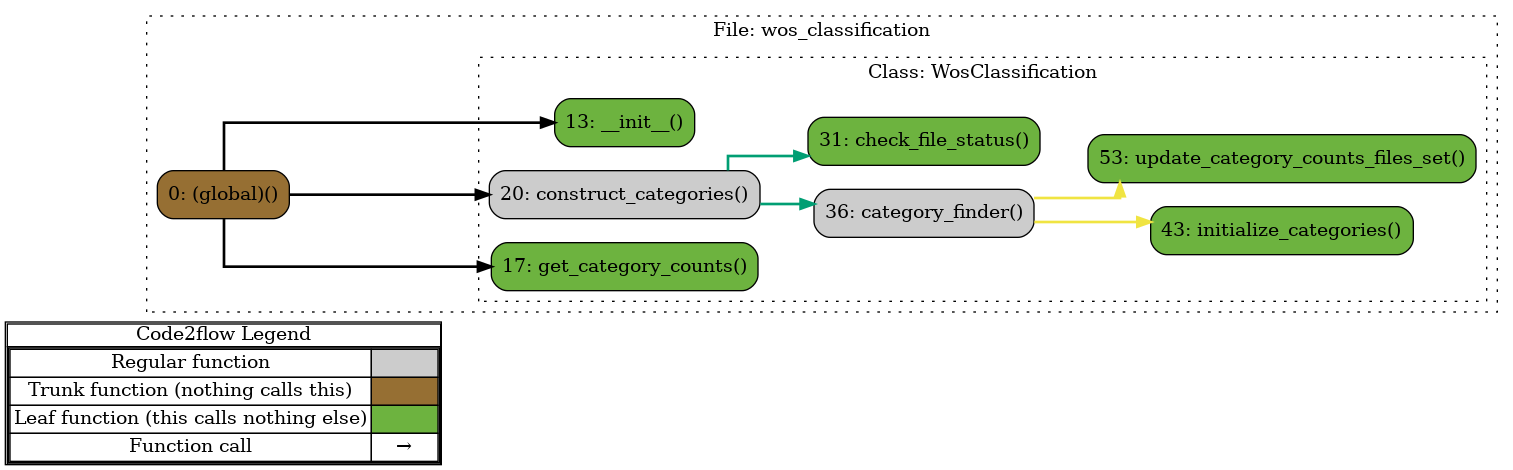
cbarbes1/Rommel-Center-Research keeps this Graphviz diagram as PythonCode/Utilities/wos_classification.png. Above is the earlier version. Its source is kept beside it as PythonCode/Utilities/wos_classification.gv.
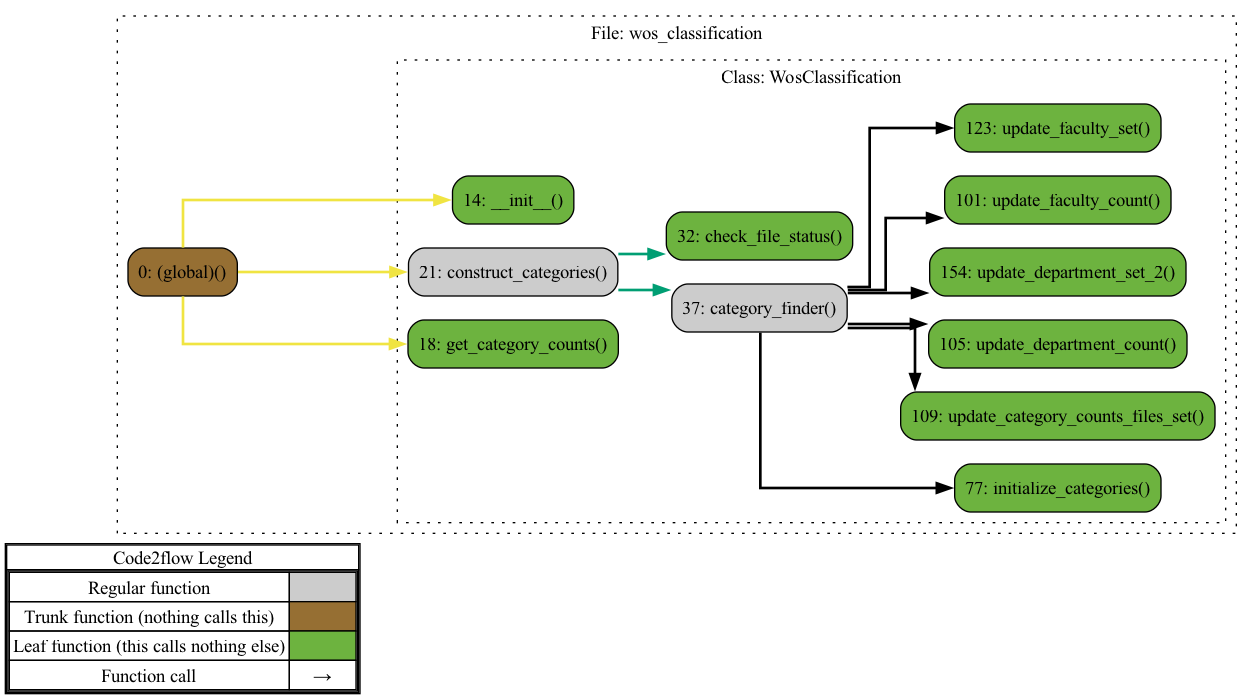
After the change.

Diff of the diagram source:
```diff
@@ -14,29 +14,37 @@
         <tr><td>Function call</td><td><font color='black'>&#8594;</font></td></tr>
         </table></td></tr></table>
         >];
-}node_e8a9e710 [label="0: (global)()" name="wos_classification::(global)" shape="rect" style="rounded,filled" fillcolor="#966F33" ];
-node_d2075d68 [label="13: __init__()" name="wos_classification::WosClassification.__init__" shape="rect" style="rounded,filled" fillcolor="#6db33f" ];
-node_5c80e9c4 [label="36: category_finder()" name="wos_classification::WosClassification.category_finder" shape="rect" style="rounded,filled" fillcolor="#cccccc" ];
-node_f198afd3 [label="31: check_file_status()" name="wos_classification::WosClassification.check_file_status" shape="rect" style="rounded,filled" fillcolor="#6db33f" ];
-node_9052e21b [label="20: construct_categories()" name="wos_classification::WosClassification.construct_categories" shape="rect" style="rounded,filled" fillcolor="#cccccc" ];
-node_61be1f56 [label="17: get_category_counts()" name="wos_classification::WosClassification.get_category_counts" shape="rect" style="rounded,filled" fillcolor="#6db33f" ];
-node_b51797af [label="43: initialize_categories()" name="wos_classification::WosClassification.initialize_categories" shape="rect" style="rounded,filled" fillcolor="#6db33f" ];
-node_a8b76fc7 [label="53: update_category_counts_files_set()" name="wos_classification::WosClassification.update_category_counts_files_set" shape="rect" style="rounded,filled" fillcolor="#6db33f" ];
-node_e8a9e710 -> node_d2075d68 [color="#000000" penwidth="2"];
-node_e8a9e710 -> node_9052e21b [color="#000000" penwidth="2"];
-node_e8a9e710 -> node_61be1f56 [color="#000000" penwidth="2"];
-node_5c80e9c4 -> node_b51797af [color="#F0E442" penwidth="2"];
-node_5c80e9c4 -> node_a8b76fc7 [color="#F0E442" penwidth="2"];
-node_9052e21b -> node_5c80e9c4 [color="#009E73" penwidth="2"];
-node_9052e21b -> node_f198afd3 [color="#009E73" penwidth="2"];
-subgraph cluster_e14a4d69 {
-    node_e8a9e710;
+}node_48738954 [label="0: (global)()" name="wos_classification::(global)" shape="rect" style="rounded,filled" fillcolor="#966F33" ];
+node_fc7a3a35 [label="14: __init__()" name="wos_classification::WosClassification.__init__" shape="rect" style="rounded,filled" fillcolor="#6db33f" ];
+node_b9ca03a8 [label="37: category_finder()" name="wos_classification::WosClassification.category_finder" shape="rect" style="rounded,filled" fillcolor="#cccccc" ];
+node_800d799b [label="32: check_file_status()" name="wos_classification::WosClassification.check_file_status" shape="rect" style="rounded,filled" fillcolor="#6db33f" ];
+node_639acb3b [label="21: construct_categories()" name="wos_classification::WosClassification.construct_categories" shape="rect" style="rounded,filled" fillcolor="#cccccc" ];
+node_605283c9 [label="18: get_category_counts()" name="wos_classification::WosClassification.get_category_counts" shape="rect" style="rounded,filled" fillcolor="#6db33f" ];
+node_d4680239 [label="77: initialize_categories()" name="wos_classification::WosClassification.initialize_categories" shape="rect" style="rounded,filled" fillcolor="#6db33f" ];
+node_cb8114cd [label="109: update_category_counts_files_set()" name="wos_classification::WosClassification.update_category_counts_files_set" shape="rect" style="rounded,filled" fillcolor="#6db33f" ];
+node_29f252eb [label="105: update_department_count()" name="wos_classification::WosClassification.update_department_count" shape="rect" style="rounded,filled" fillcolor="#6db33f" ];
+node_9469eda1 [label="154: update_department_set_2()" name="wos_classification::WosClassification.update_department_set_2" shape="rect" style="rounded,filled" fillcolor="#6db33f" ];
+node_f619f283 [label="101: update_faculty_count()" name="wos_classification::WosClassification.update_faculty_count" shape="rect" style="rounded,filled" fillcolor="#6db33f" ];
+node_85aeb0dc [label="123: update_faculty_set()" name="wos_classification::WosClassification.update_faculty_set" shape="rect" style="rounded,filled" fillcolor="#6db33f" ];
+node_48738954 -> node_fc7a3a35 [color="#F0E442" penwidth="2"];
+node_48738954 -> node_639acb3b [color="#F0E442" penwidth="2"];
+node_48738954 -> node_605283c9 [color="#F0E442" penwidth="2"];
+node_b9ca03a8 -> node_d4680239 [color="#000000" penwidth="2"];
+node_b9ca03a8 -> node_cb8114cd [color="#000000" penwidth="2"];
+node_b9ca03a8 -> node_29f252eb [color="#000000" penwidth="2"];
+node_b9ca03a8 -> node_9469eda1 [color="#000000" penwidth="2"];
+node_b9ca03a8 -> node_f619f283 [color="#000000" penwidth="2"];
+node_b9ca03a8 -> node_85aeb0dc [color="#000000" penwidth="2"];
+node_639acb3b -> node_b9ca03a8 [color="#009E73" penwidth="2"];
+node_639acb3b -> node_800d799b [color="#009E73" penwidth="2"];
+subgraph cluster_51200c09 {
+    node_48738954;
     label="File: wos_classification";
     name="wos_classification";
     style="filled";
     graph[style=dotted];
-    subgraph cluster_4f7cea20 {
-        node_d2075d68 node_61be1f56 node_9052e21b node_f198afd3 node_5c80e9c4 node_b51797af node_a8b76fc7;
+    subgraph cluster_3b9e3da0 {
+        node_fc7a3a35 node_605283c9 node_639acb3b node_800d799b node_b9ca03a8 node_d4680239 node_f619f283 node_29f252eb node_cb8114cd node_85aeb0dc node_9469eda1;
         label="Class: WosClassification";
         name="WosClassification";
         style="filled";
```
